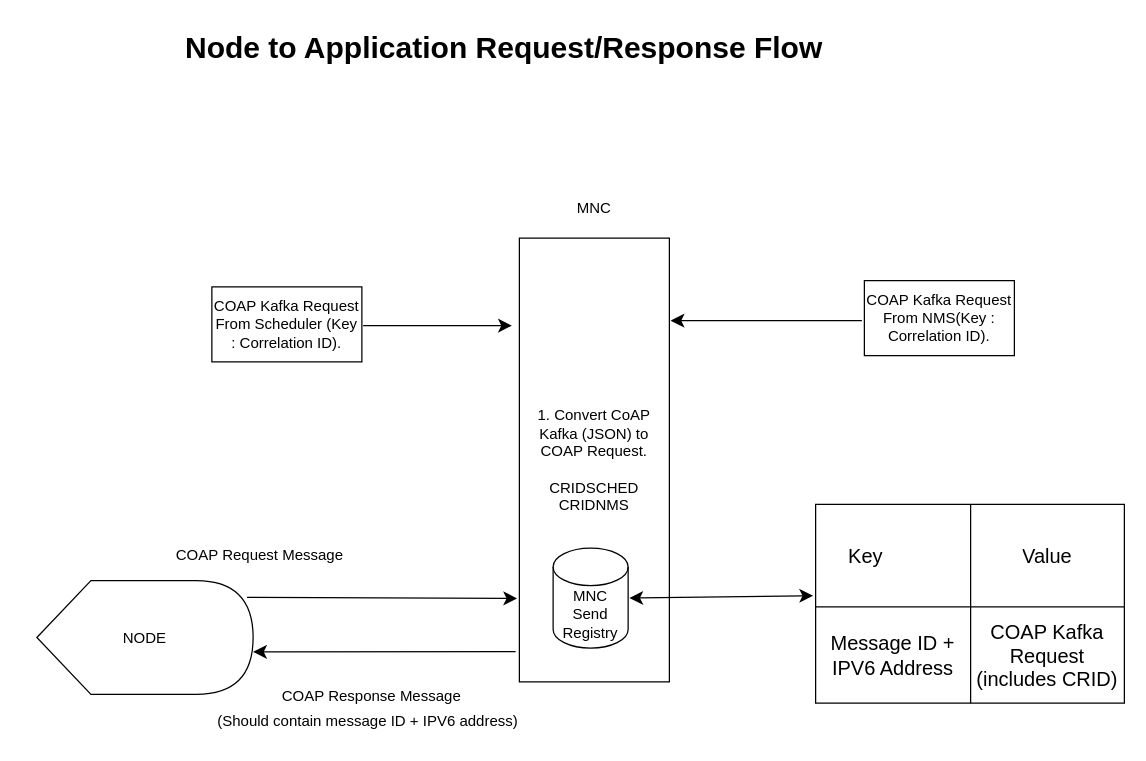
This is MNC Node To Application.drawio from anshuldevmehta/RandomDiagrams, a draw.io file, before an edit. Source tidied: cells renumbered, new cells numbered last; positions are measured from the earlier drawing's top-left corner, leaving out a move shared by most shapes. Both pictures are drawn from the tidied source at 125%, with x=0, y=0 at pixel (36, 21).
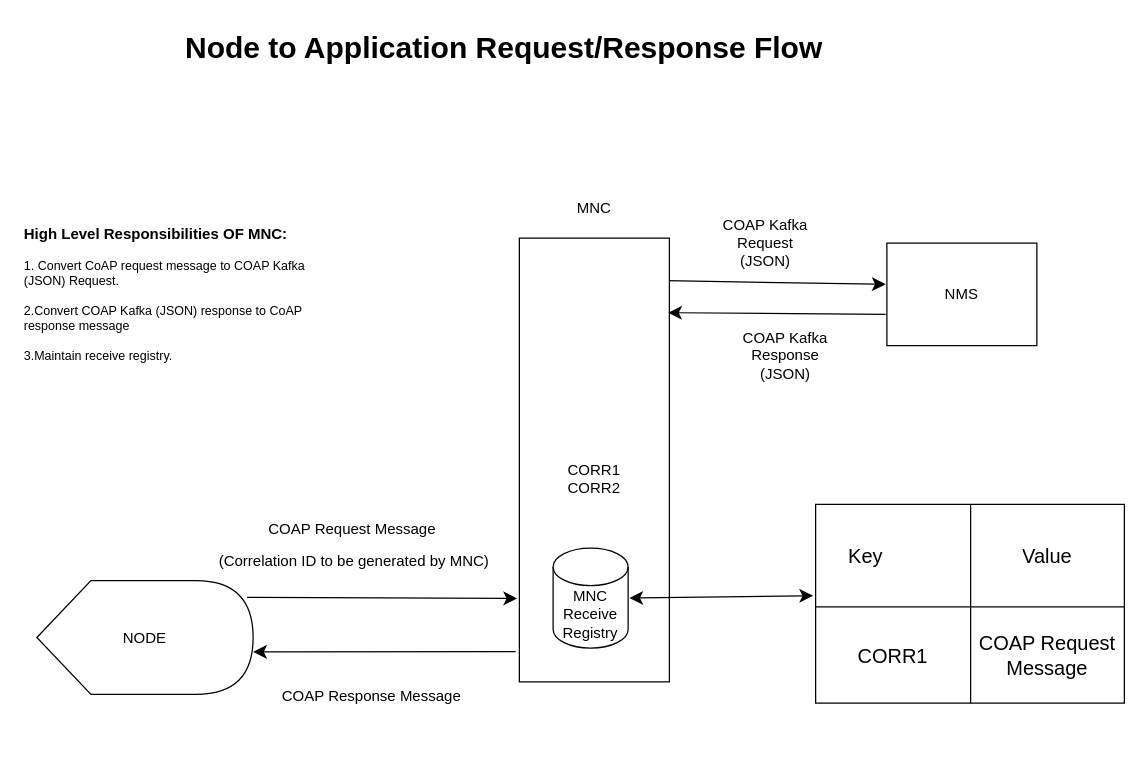
Above is the later version.

Unchanged cells that the change refers to:
```xml
<mxCell id="13" style="shape=tableRow;horizontal=0;startSize=0;swimlaneHead=0;swimlaneBody=0;strokeColor=inherit;top=0;left=0;bottom=0;right=0;fillColor=none;fontSize=16;" parent="9" vertex="1">
  <mxGeometry y="82" width="247" height="77" as="geometry" />
</mxCell>
<mxCell id="18" style="endArrow=classic;html=1;rounded=0;fontSize=12;startSize=8;endSize=8;curved=1;exitX=-0.025;exitY=0.932;exitDx=0;exitDy=0;exitPerimeter=0;" parent="1" edge="1" source="4">
  <mxGeometry relative="1" as="geometry">
    <mxPoint x="173" y="504" as="targetPoint" />
  </mxGeometry>
</mxCell>
```

The edit, as a diff of the source:
```diff
@@
-    <mxCell id="2" value="COAP Kafka Request From Scheduler (Key : Correlation ID)." style="rounded=0;whiteSpace=wrap;html=1;" parent="1" vertex="1">
-      <mxGeometry x="140" y="212" width="120" height="60" as="geometry" />
-    </mxCell>
     <mxCell id="3" style="endArrow=classic;html=1;rounded=0;fontSize=12;startSize=8;endSize=8;curved=1;" parent="1" edge="1">
       <mxGeometry relative="1" as="geometry">
-        <mxPoint x="261" y="243" as="sourcePoint" />
-        <mxPoint x="380" y="243" as="targetPoint" />
+        <mxPoint x="504" y="207" as="sourcePoint" />
+        <mxPoint x="679" y="210" as="targetPoint" />
       </mxGeometry>
     </mxCell>
-    <mxCell id="4" value="&lt;div&gt;1. Convert CoAP Kafka (JSON) to COAP Request.&lt;/div&gt;&lt;div&gt;&lt;br&gt;&lt;/div&gt;&lt;div&gt;CRIDSCHED&lt;/div&gt;&lt;div&gt;CRIDNMS&lt;/div&gt;" style="rounded=0;whiteSpace=wrap;html=1;" parent="1" vertex="1">
+    <mxCell id="4" value="&lt;div&gt;&lt;br&gt;&lt;/div&gt;&lt;div&gt;&lt;br&gt;&lt;/div&gt;&lt;div&gt;CORR1&lt;/div&gt;&lt;div&gt;CORR2&lt;/div&gt;" style="rounded=0;whiteSpace=wrap;html=1;" parent="1" vertex="1">
       <mxGeometry x="386" y="173" width="120" height="355" as="geometry" />
     </mxCell>
-    <mxCell id="5" value="COAP Kafka Request From NMS(Key : Correlation ID)." style="rounded=0;whiteSpace=wrap;html=1;" parent="1" vertex="1">
-      <mxGeometry x="662" y="207" width="120" height="60" as="geometry" />
+    <mxCell id="5" value="NMS" style="rounded=0;whiteSpace=wrap;html=1;" parent="1" vertex="1">
+      <mxGeometry x="680" y="177" width="120" height="82" as="geometry" />
     </mxCell>
-    <mxCell id="6" style="endArrow=classic;html=1;rounded=0;fontSize=12;startSize=8;endSize=8;curved=1;" parent="1" edge="1">
+    <mxCell id="6" style="endArrow=classic;html=1;rounded=0;fontSize=12;startSize=8;endSize=8;curved=1;entryX=0.992;entryY=0.168;entryDx=0;entryDy=0;entryPerimeter=0;" parent="1" edge="1" target="4">
       <mxGeometry relative="1" as="geometry">
-        <mxPoint x="660" y="239" as="sourcePoint" />
-        <mxPoint x="507" y="239" as="targetPoint" />
+        <mxPoint x="679" y="234" as="sourcePoint" />
       </mxGeometry>
     </mxCell>
@@
-    <mxCell id="8" value="MNC Send Registry" style="shape=cylinder3;whiteSpace=wrap;html=1;boundedLbl=1;backgroundOutline=1;size=15;" parent="1" vertex="1">
+    <mxCell id="8" value="MNC Receive Registry" style="shape=cylinder3;whiteSpace=wrap;html=1;boundedLbl=1;backgroundOutline=1;size=15;" parent="1" vertex="1">
       <mxGeometry x="413" y="421" width="60" height="80" as="geometry" />
     </mxCell>
@@
-    <mxCell id="14" value="Message ID + IPV6 Address" style="shape=partialRectangle;html=1;whiteSpace=wrap;strokeColor=inherit;overflow=hidden;fillColor=none;top=0;left=0;bottom=0;right=0;fontSize=16;" parent="13" vertex="1">
+    <mxCell id="14" value="CORR1" style="shape=partialRectangle;html=1;whiteSpace=wrap;strokeColor=inherit;overflow=hidden;fillColor=none;top=0;left=0;bottom=0;right=0;fontSize=16;" parent="13" vertex="1">
       <mxGeometry width="124" height="77" as="geometry" />
     </mxCell>
-    <mxCell id="15" value="COAP Kafka Request (includes CRID)" style="shape=partialRectangle;html=1;whiteSpace=wrap;strokeColor=inherit;overflow=hidden;fillColor=none;top=0;left=0;bottom=0;right=0;fontSize=16;" parent="13" vertex="1">
+    <mxCell id="15" value="COAP Request Message" style="shape=partialRectangle;html=1;whiteSpace=wrap;strokeColor=inherit;overflow=hidden;fillColor=none;top=0;left=0;bottom=0;right=0;fontSize=16;" parent="13" vertex="1">
       <mxGeometry x="124" width="123" height="77" as="geometry" />
     </mxCell>
@@
     <mxCell id="19" value="COAP Request Message" style="edgeLabel;html=1;align=center;verticalAlign=middle;fontSize=12;" parent="18" vertex="1">
       <mxGeometry x="0.4" y="-3" relative="1" as="geometry">
-        <mxPoint x="-58" y="-74" as="offset" />
+        <mxPoint x="16" y="-95" as="offset" />
       </mxGeometry>
     </mxCell>
@@
-    <mxCell id="22" value="(Should contain message ID + IPV6 address)" style="text;html=1;align=center;verticalAlign=middle;whiteSpace=wrap;rounded=0;" parent="1" vertex="1">
-      <mxGeometry x="121" y="545" width="288" height="30" as="geometry" />
+    <mxCell id="22" value="(Correlation ID to be generated by MNC)" style="text;html=1;align=center;verticalAlign=middle;whiteSpace=wrap;rounded=0;" parent="1" vertex="1">
+      <mxGeometry x="110" y="417" width="288" height="30" as="geometry" />
     </mxCell>
@@
+    <mxCell id="24" value="COAP Kafka Request (JSON)" style="text;html=1;align=center;verticalAlign=middle;whiteSpace=wrap;rounded=0;" parent="1" vertex="1">
+      <mxGeometry x="543" y="156" width="80" height="41" as="geometry" />
+    </mxCell>
+    <mxCell id="25" value="COAP Kafka Response (JSON)" style="text;html=1;align=center;verticalAlign=middle;whiteSpace=wrap;rounded=0;rotation=0;" parent="1" vertex="1">
+      <mxGeometry x="558" y="238" width="82" height="57" as="geometry" />
+    </mxCell>
+    <mxCell id="26" value="&lt;div&gt;&lt;b&gt;&lt;font style=&quot;font-size: 12px;&quot;&gt;High Level Responsibilities OF MNC:&lt;/font&gt;&lt;/b&gt;&lt;/div&gt;&lt;div&gt;&lt;b&gt;&lt;br&gt;&lt;/b&gt;&lt;/div&gt;&lt;div&gt;1. Convert CoAP request message to COAP Kafka (JSON) Request.&lt;/div&gt;&lt;div&gt;&lt;br&gt;&lt;/div&gt;&lt;div&gt;2.Convert COAP Kafka (JSON) response to CoAP response message&lt;/div&gt;&lt;div&gt;&lt;br&gt;&lt;/div&gt;&lt;div&gt;3.Maintain receive registry.&lt;/div&gt;&lt;div&gt;&lt;br&gt;&lt;/div&gt;" style="text;html=1;align=left;verticalAlign=middle;whiteSpace=wrap;rounded=0;textDirection=ltr;fontSize=10;" parent="1" vertex="1">
+      <mxGeometry x="-12" y="164" width="240" height="120" as="geometry" />
+    </mxCell>
```
